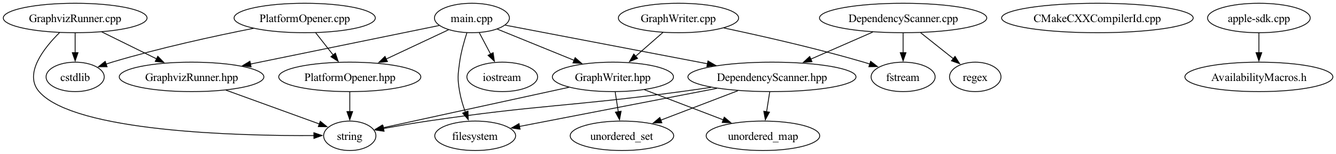
Earlier version of the Graphviz export dependencies.png (AlexandraKemperMS/DependencyVisualizer). Its source is kept beside it as dependencies.dot.
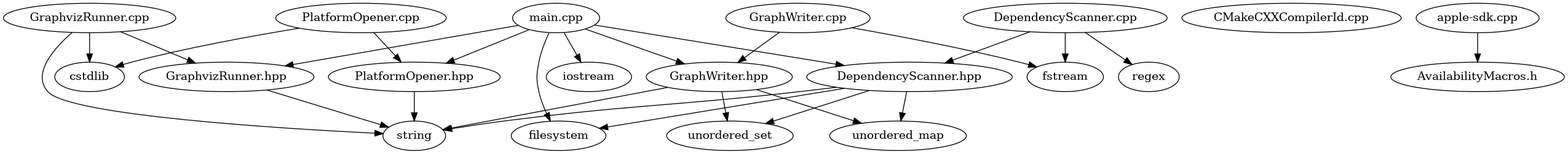
After the commit.

Diff of the diagram source:
```diff
@@ -1,29 +1,29 @@
 digraph dependencies {
   "main.cpp" -> "filesystem";
-  "main.cpp" -> "DependencyScanner.hpp";
   "main.cpp" -> "iostream";
   "main.cpp" -> "PlatformOpener.hpp";
   "main.cpp" -> "GraphvizRunner.hpp";
   "main.cpp" -> "GraphWriter.hpp";
-  "DependencyScanner.hpp" -> "filesystem";
-  "DependencyScanner.hpp" -> "unordered_map";
-  "DependencyScanner.hpp" -> "unordered_set";
-  "DependencyScanner.hpp" -> "string";
+  "main.cpp" -> "DependencyScanner.hpp";
+  "GraphWriter.cpp" -> "fstream";
+  "GraphWriter.cpp" -> "GraphWriter.hpp";
+  "PlatformOpener.cpp" -> "cstdlib";
+  "PlatformOpener.cpp" -> "PlatformOpener.hpp";
+  "CMakeCXXCompilerId.cpp";
   "GraphvizRunner.cpp" -> "string";
   "GraphvizRunner.cpp" -> "cstdlib";
   "GraphvizRunner.cpp" -> "GraphvizRunner.hpp";
-  "CMakeCXXCompilerId.cpp";
-  "apple-sdk.cpp" -> "AvailabilityMacros.h";
-  "GraphvizRunner.hpp" -> "string";
   "DependencyScanner.cpp" -> "regex";
   "DependencyScanner.cpp" -> "fstream";
   "DependencyScanner.cpp" -> "DependencyScanner.hpp";
   "GraphWriter.hpp" -> "unordered_map";
   "GraphWriter.hpp" -> "unordered_set";
   "GraphWriter.hpp" -> "string";
-  "GraphWriter.cpp" -> "fstream";
-  "GraphWriter.cpp" -> "GraphWriter.hpp";
+  "apple-sdk.cpp" -> "AvailabilityMacros.h";
+  "DependencyScanner.hpp" -> "filesystem";
+  "DependencyScanner.hpp" -> "unordered_map";
+  "DependencyScanner.hpp" -> "unordered_set";
+  "DependencyScanner.hpp" -> "string";
+  "GraphvizRunner.hpp" -> "string";
   "PlatformOpener.hpp" -> "string";
-  "PlatformOpener.cpp" -> "cstdlib";
-  "PlatformOpener.cpp" -> "PlatformOpener.hpp";
 }
```
